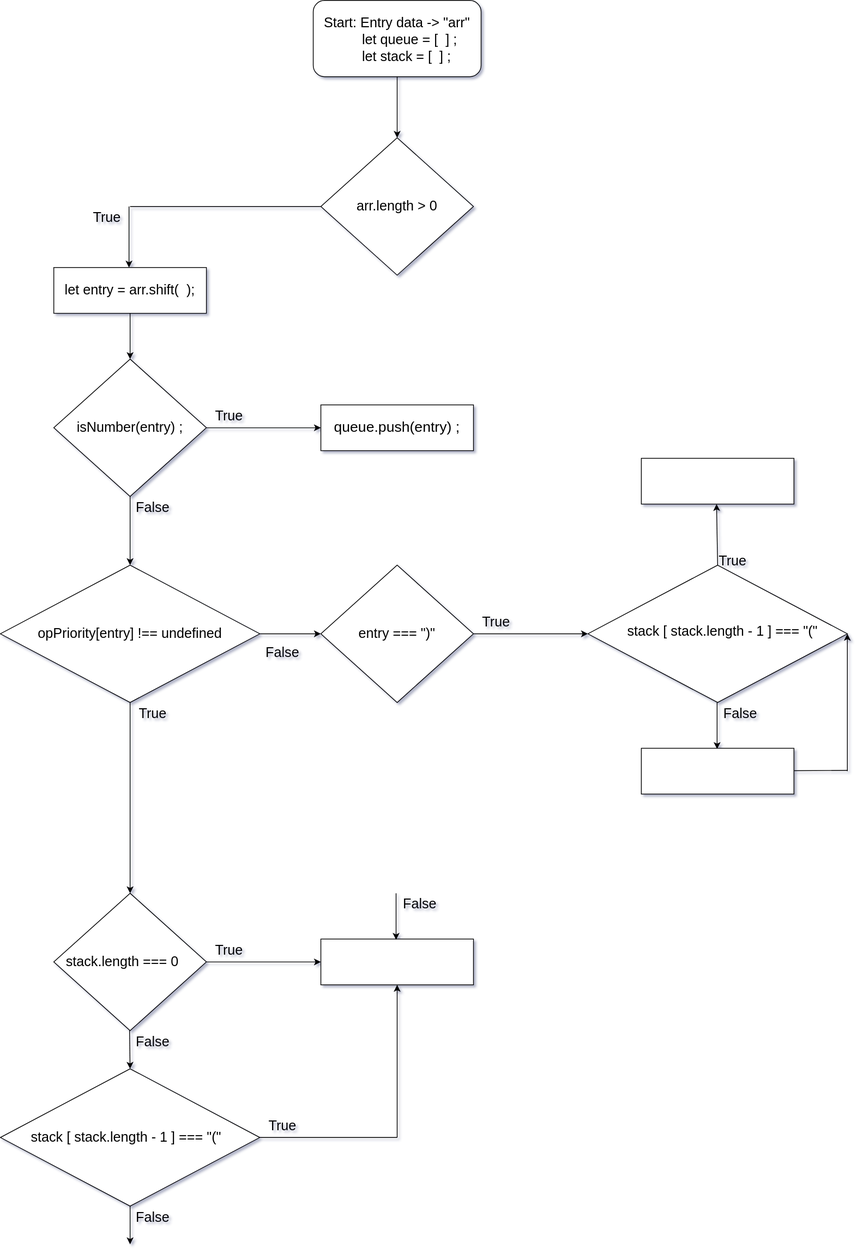
Earlier version of the draw.io export Untitled Diagram.drawio.svg (jcgm3205/jcgm3205). Source tidied: cells renumbered, new cells last; positions are measured from the earlier drawing's top-left corner, leaving out a move shared by most shapes.
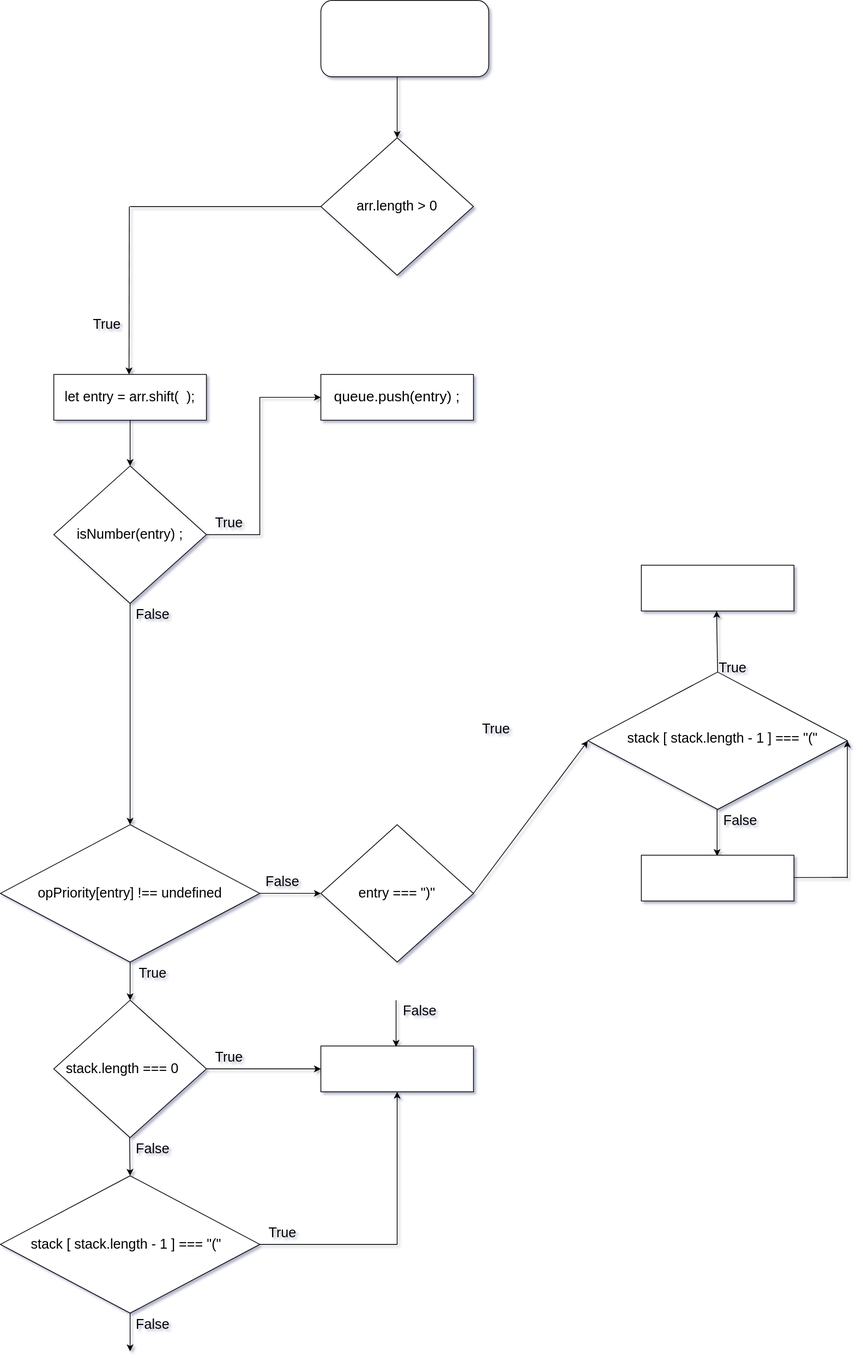
After the commit.

What changed in the source:
```diff
@@ -3,26 +3,23 @@
     <mxCell id="0" />
     <mxCell id="1" parent="0" />
     <mxCell id="2" style="rounded=1;whiteSpace=wrap;html=1;" parent="1" vertex="1">
-      <mxGeometry x="410" width="220" height="100" as="geometry" />
+      <mxGeometry x="420" y="-140" width="220" height="100" as="geometry" />
     </mxCell>
-    <mxCell id="3" value="&lt;font style=&quot;font-size: 18px&quot;&gt;&lt;span&gt;Start: Entry data -&amp;gt; &quot;arr&quot;&lt;/span&gt;&lt;br&gt;&lt;div style=&quot;text-align: left&quot;&gt;&lt;span&gt;&amp;nbsp; &amp;nbsp; &amp;nbsp; &amp;nbsp; &amp;nbsp; let queue = [&amp;nbsp; ] ;&lt;/span&gt;&lt;/div&gt;&lt;div style=&quot;text-align: left&quot;&gt;&lt;span&gt;&amp;nbsp; &amp;nbsp; &amp;nbsp; &amp;nbsp; &amp;nbsp; let stack = [&amp;nbsp; ] ;&lt;/span&gt;&lt;/div&gt;&lt;br&gt;&lt;/font&gt;" style="text;html=1;strokeColor=none;fillColor=none;align=center;verticalAlign=middle;whiteSpace=wrap;rounded=0;" parent="1" vertex="1">
-      <mxGeometry x="370" width="300" height="125" as="geometry" />
-    </mxCell>
     <mxCell id="4" style="endArrow=classic;html=1;rounded=0;fontSize=14;" parent="1" edge="1">
       <mxGeometry relative="1" as="geometry">
-        <mxPoint x="520" y="100" as="sourcePoint" />
-        <mxPoint x="520" y="180" as="targetPoint" />
+        <mxPoint x="520" y="-40" as="sourcePoint" />
+        <mxPoint x="520" y="40" as="targetPoint" />
       </mxGeometry>
     </mxCell>
     <mxCell id="5" style="rhombus;whiteSpace=wrap;html=1;fontSize=14;" parent="1" vertex="1">
-      <mxGeometry x="420" y="180" width="200" height="180" as="geometry" />
+      <mxGeometry x="420" y="40" width="200" height="180" as="geometry" />
     </mxCell>
     <mxCell id="6" value="&lt;font style=&quot;font-size: 18px&quot;&gt;arr.length &amp;gt; 0&lt;/font&gt;" style="text;html=1;strokeColor=none;fillColor=none;align=center;verticalAlign=middle;whiteSpace=wrap;rounded=0;fontSize=14;" parent="1" vertex="1">
-      <mxGeometry x="460" y="220" width="120" height="100" as="geometry" />
+      <mxGeometry x="460" y="80" width="120" height="100" as="geometry" />
     </mxCell>
     <mxCell id="7" style="endArrow=classic;html=1;rounded=0;fontSize=14;" parent="1" edge="1">
       <mxGeometry relative="1" as="geometry">
-        <mxPoint x="168.6" y="270" as="sourcePoint" />
+        <mxPoint x="169" y="130" as="sourcePoint" />
         <mxPoint x="168.6" y="350" as="targetPoint" />
       </mxGeometry>
     </mxCell>
@@ -48,10 +45,10 @@
       <mxGeometry x="170" y="650" width="60" height="30" as="geometry" />
     </mxCell>
     <mxCell id="15" style="rhombus;whiteSpace=wrap;html=1;fontSize=14;" parent="1" vertex="1">
-      <mxGeometry y="740" width="340" height="180" as="geometry" />
+      <mxGeometry y="940" width="340" height="180" as="geometry" />
     </mxCell>
     <mxCell id="16" value="opPriority[entry] !== undefined" style="text;html=1;strokeColor=none;fillColor=none;align=center;verticalAlign=middle;whiteSpace=wrap;rounded=0;fontSize=18;" parent="1" vertex="1">
-      <mxGeometry x="40" y="790" width="260" height="80" as="geometry" />
+      <mxGeometry x="40" y="990" width="260" height="80" as="geometry" />
     </mxCell>
     <mxCell id="17" style="rhombus;whiteSpace=wrap;html=1;fontSize=14;" parent="1" vertex="1">
       <mxGeometry x="70" y="1170" width="200" height="180" as="geometry" />
@@ -65,28 +62,32 @@
     <mxCell id="19" style="endArrow=classic;html=1;rounded=0;entryX=0;entryY=0.5;entryDx=0;entryDy=0;" parent="1" edge="1" target="22">
       <mxGeometry relative="1" as="geometry">
         <mxPoint x="270" y="560" as="sourcePoint" />
+        <Array as="points">
+          <mxPoint x="340" y="560" />
+          <mxPoint x="340" y="380" />
+        </Array>
       </mxGeometry>
     </mxCell>
     <mxCell id="20" value="True" style="text;html=1;strokeColor=none;fillColor=none;align=center;verticalAlign=middle;whiteSpace=wrap;rounded=0;fontSize=18;" parent="1" vertex="1">
       <mxGeometry x="270" y="530" width="60" height="30" as="geometry" />
     </mxCell>
     <mxCell id="21" style="rounded=0;whiteSpace=wrap;html=1;" parent="1" vertex="1">
-      <mxGeometry x="420" y="530" width="200" height="60" as="geometry" />
+      <mxGeometry x="420" y="350" width="200" height="60" as="geometry" />
     </mxCell>
     <mxCell id="22" value="&lt;font style=&quot;font-size: 19px&quot;&gt;queue.push(entry) ;&lt;/font&gt;" style="text;html=1;strokeColor=none;fillColor=none;align=center;verticalAlign=middle;whiteSpace=wrap;rounded=0;" parent="1" vertex="1">
-      <mxGeometry x="420" y="530" width="200" height="60" as="geometry" />
+      <mxGeometry x="420" y="350" width="200" height="60" as="geometry" />
     </mxCell>
     <mxCell id="23" style="endArrow=classic;html=1;rounded=0;fontSize=18;entryX=0;entryY=0.5;entryDx=0;entryDy=0;exitX=1;exitY=0.5;exitDx=0;exitDy=0;" parent="1" edge="1" source="15" target="24">
       <mxGeometry relative="1" as="geometry" />
     </mxCell>
     <mxCell id="24" style="rhombus;whiteSpace=wrap;html=1;fontSize=14;" parent="1" vertex="1">
-      <mxGeometry x="420" y="740" width="200" height="180" as="geometry" />
+      <mxGeometry x="420" y="940" width="200" height="180" as="geometry" />
     </mxCell>
     <mxCell id="25" value="entry === &quot;)&quot;" style="text;html=1;strokeColor=none;fillColor=none;align=center;verticalAlign=middle;whiteSpace=wrap;rounded=0;fontSize=18;" parent="1" vertex="1">
-      <mxGeometry x="440" y="780" width="160" height="100" as="geometry" />
+      <mxGeometry x="440" y="980" width="160" height="100" as="geometry" />
     </mxCell>
     <mxCell id="26" value="False" style="text;html=1;strokeColor=none;fillColor=none;align=center;verticalAlign=middle;whiteSpace=wrap;rounded=0;fontSize=18;" parent="1" vertex="1">
-      <mxGeometry x="340" y="840" width="60" height="30" as="geometry" />
+      <mxGeometry x="340" y="1000" width="60" height="30" as="geometry" />
     </mxCell>
     <mxCell id="27" value="False" style="text;html=1;strokeColor=none;fillColor=none;align=center;verticalAlign=middle;whiteSpace=wrap;rounded=0;fontSize=18;" parent="1" vertex="1">
       <mxGeometry x="520" y="1169" width="60" height="30" as="geometry" />
@@ -104,7 +105,7 @@
       <mxGeometry x="70" y="1245" width="180" height="30" as="geometry" />
     </mxCell>
     <mxCell id="31" value="True" style="text;html=1;strokeColor=none;fillColor=none;align=center;verticalAlign=middle;whiteSpace=wrap;rounded=0;fontSize=18;" parent="1" vertex="1">
-      <mxGeometry x="170" y="920" width="60" height="30" as="geometry" />
+      <mxGeometry x="170" y="1120" width="60" height="30" as="geometry" />
     </mxCell>
     <mxCell id="32" value="True" style="text;html=1;strokeColor=none;fillColor=none;align=center;verticalAlign=middle;whiteSpace=wrap;rounded=0;fontSize=18;" parent="1" vertex="1">
       <mxGeometry x="270" y="1230" width="60" height="30" as="geometry" />
@@ -116,7 +117,7 @@
     </mxCell>
     <mxCell id="34" style="endArrow=classic;html=1;rounded=0;fontSize=18;entryX=0.5;entryY=0;entryDx=0;entryDy=0;" parent="1" edge="1" target="17">
       <mxGeometry relative="1" as="geometry">
-        <mxPoint x="170" y="920" as="sourcePoint" />
+        <mxPoint x="170" y="1120" as="sourcePoint" />
       </mxGeometry>
     </mxCell>
     <mxCell id="35" style="rhombus;whiteSpace=wrap;html=1;fontSize=14;" parent="1" vertex="1">
@@ -203,7 +204,7 @@
     </mxCell>
     <mxCell id="56" style="endArrow=none;html=1;rounded=0;fontSize=18;entryX=0;entryY=0.5;entryDx=0;entryDy=0;" parent="1" edge="1" target="5">
       <mxGeometry relative="1" as="geometry">
-        <mxPoint x="170" y="270" as="sourcePoint" />
+        <mxPoint x="170" y="130" as="sourcePoint" />
       </mxGeometry>
     </mxCell>
   </root>
```
